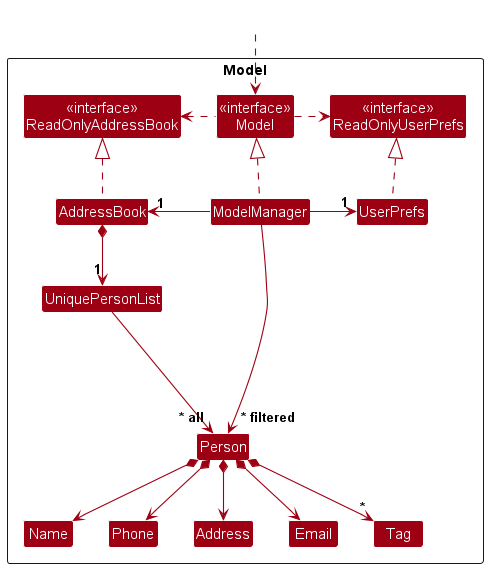
Above: docs/images/ModelClassDiagram.png in nus-cs2103-AY2324S2/tp (PlantUML), before the change.
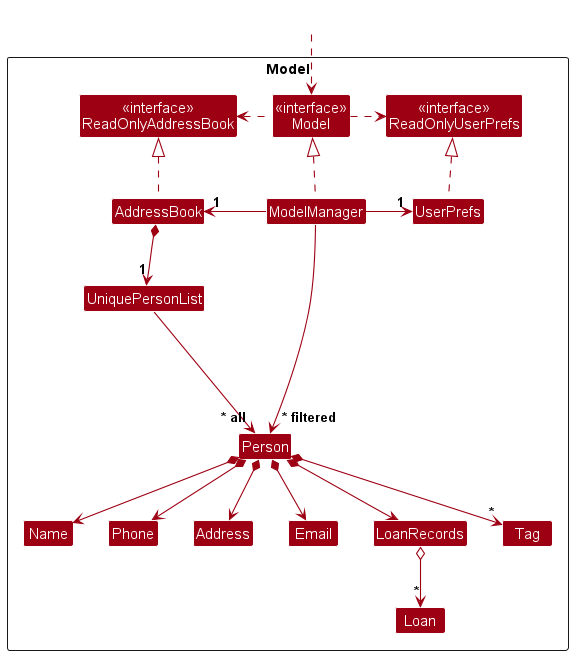
After the commit.

Commit message:
Update model and better model diagrams

What changed in the source:
```diff
@@ -14,11 +14,14 @@
 
 Class UniquePersonList
 Class Person
-Class Address
-Class Email
 Class Name
 Class Phone
+Class Email
+Class LoanRecords
+Class Address
 Class Tag
+Class Loan
+
 
 Class I #FFFFFF
 }
@@ -40,8 +43,11 @@
 Person *--> Name
 Person *--> Phone
 Person *--> Email
+Person *--> LoanRecords
 Person *--> Address
 Person *--> "*" Tag
+LoanRecords o-->"*" Loan
+
 
 Person -[hidden]up--> I
 UniquePersonList -[hidden]right-> I
```
